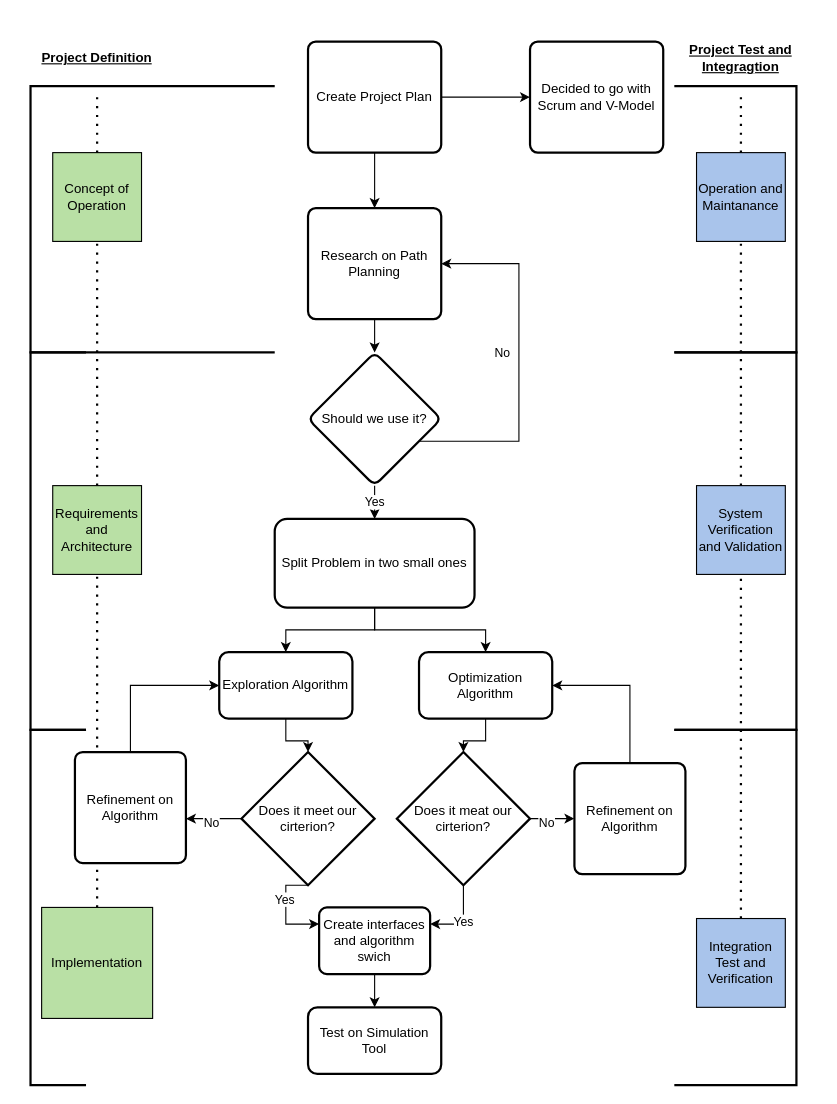
Before: ressources/figures/High_Level_Project_Overview.drawio in Beomar97/path-planning-docs, a draw.io diagram. Source tidied: cells renumbered, new cells numbered last; positions are measured from the earlier drawing's top-left corner, leaving out a move shared by most shapes. Both pictures are drawn from the tidied source at 111%, with x=0, y=0 at pixel (19, 19).
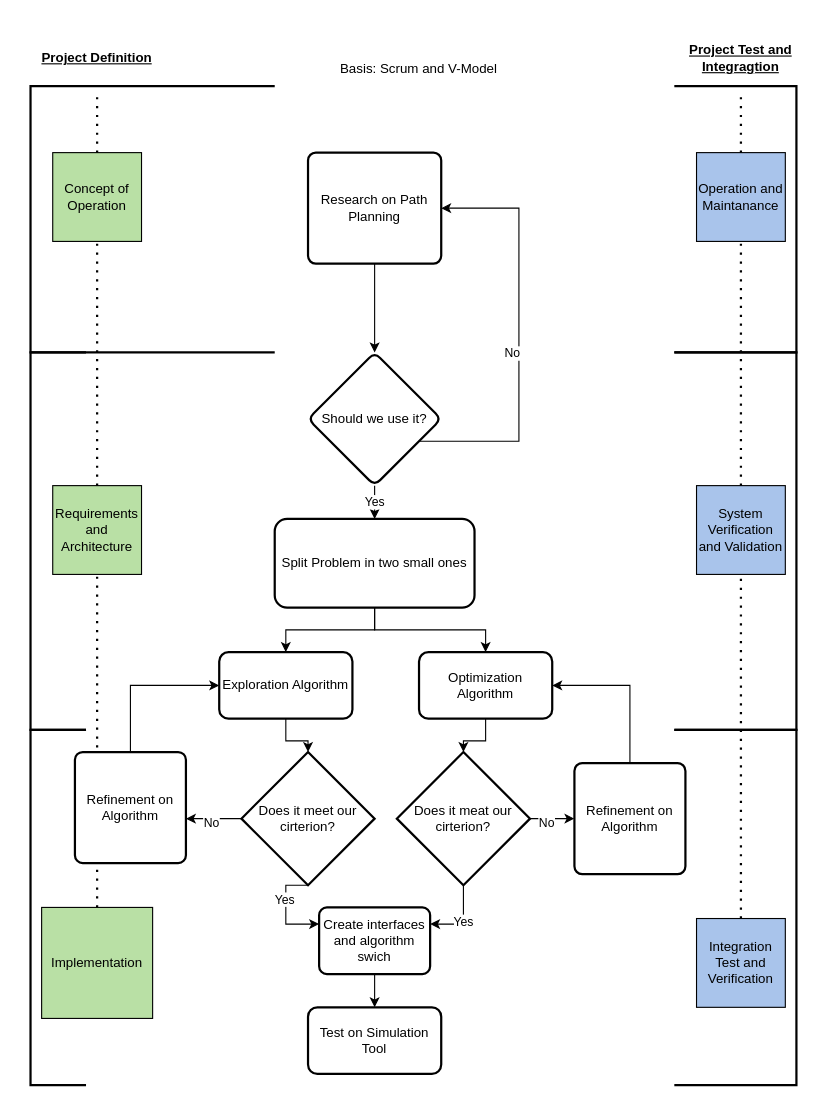
After the change.

The change refers to these unchanged cells:
```xml
<mxCell id="9" value="Should we use it?" style="rhombus;whiteSpace=wrap;html=1;rounded=1;arcSize=14;strokeWidth=2;" parent="1" vertex="1">
  <mxGeometry x="260" y="300" width="120" height="120" as="geometry" />
</mxCell>
```

The edit, as a diff of the source:
```diff
@@
     <mxCell id="5" value="Research on Path Planning" style="rounded=1;whiteSpace=wrap;html=1;absoluteArcSize=1;arcSize=14;strokeWidth=2;" parent="1" vertex="1">
-      <mxGeometry x="260" y="170" width="120" height="100" as="geometry" />
+      <mxGeometry x="260" y="120" width="120" height="100" as="geometry" />
     </mxCell>
     <mxCell id="6" style="edgeStyle=orthogonalEdgeStyle;rounded=0;jettySize=auto;html=1;entryX=1;entryY=0.5;entryDx=0;entryDy=0;" parent="1" edge="1" source="9" target="5">
       <mxGeometry relative="1" as="geometry">
         <Array as="points">
           <mxPoint x="450" y="380" />
-          <mxPoint x="450" y="220" />
+          <mxPoint x="450" y="170" />
         </Array>
       </mxGeometry>
     </mxCell>
@@
-    <mxCell id="10" style="edgeStyle=orthogonalEdgeStyle;rounded=0;jettySize=auto;html=1;" parent="1" edge="1" source="12" target="5">
-      <mxGeometry relative="1" as="geometry" />
-    </mxCell>
-    <mxCell id="11" style="edgeStyle=orthogonalEdgeStyle;rounded=0;jettySize=auto;html=1;" parent="1" edge="1" source="12" target="36">
-      <mxGeometry relative="1" as="geometry" />
-    </mxCell>
-    <mxCell id="12" value="Create Project Plan" style="rounded=1;whiteSpace=wrap;html=1;absoluteArcSize=1;arcSize=14;strokeWidth=2;" parent="1" vertex="1">
-      <mxGeometry x="260" y="20" width="120" height="100" as="geometry" />
-    </mxCell>
@@
-    <mxCell id="36" value="Decided to go with Scrum and V-Model" style="rounded=1;whiteSpace=wrap;html=1;absoluteArcSize=1;arcSize=14;strokeWidth=2;" parent="1" vertex="1">
-      <mxGeometry x="460" y="20" width="120" height="100" as="geometry" />
-    </mxCell>
@@
+    <mxCell id="55" value="Basis: Scrum and V-Model" style="text;html=1;strokeColor=none;fillColor=none;align=center;verticalAlign=middle;whiteSpace=wrap;rounded=0;" parent="1" vertex="1">
+      <mxGeometry x="220" width="280" height="90" as="geometry" />
+    </mxCell>
```
